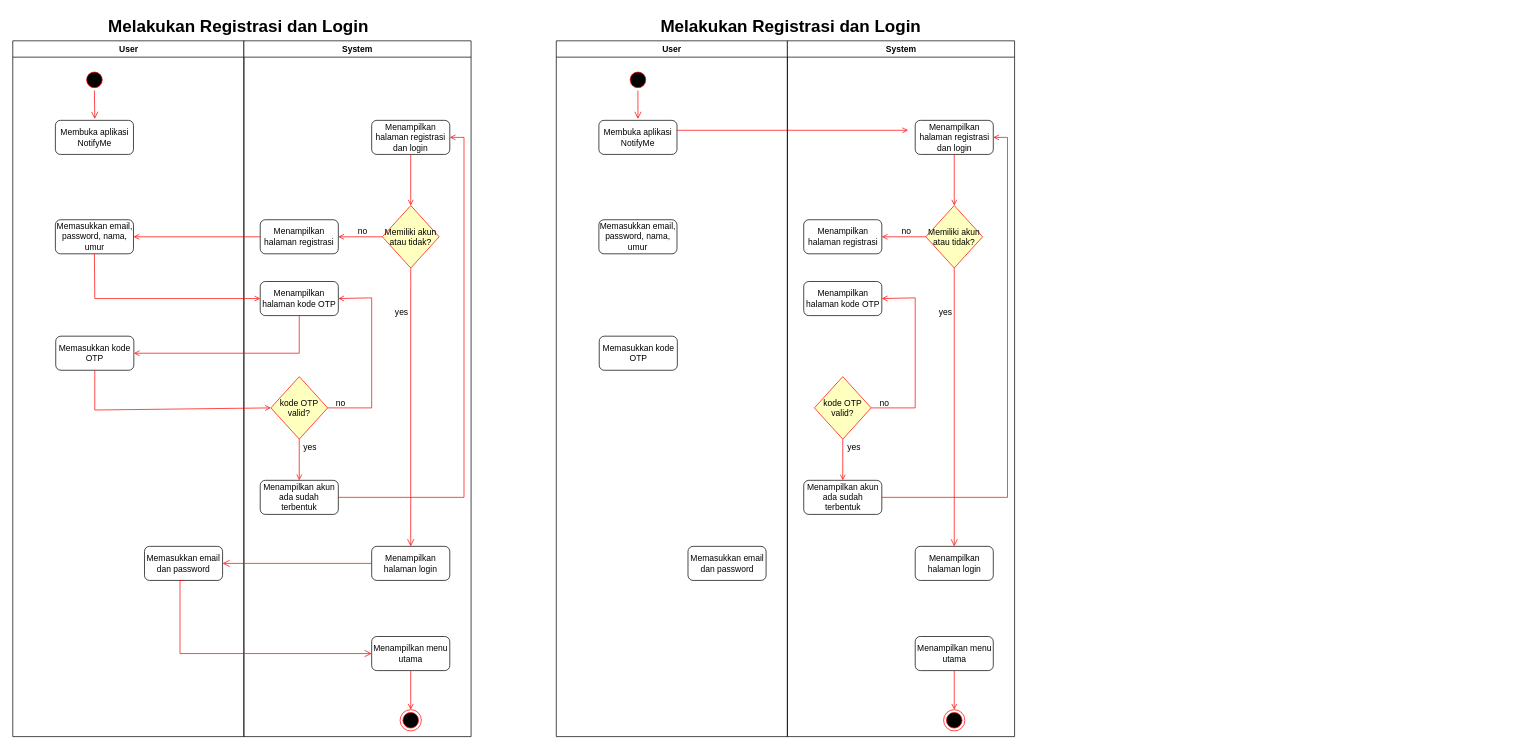
Above: activityDiagram.drawio in NCalvaretta/Lab-Algorithm-and-Programming (draw.io), before the change. Source tidied: cells renumbered, new cells numbered last; positions are measured from the earlier drawing's top-left corner, leaving out a move shared by most shapes. Both pictures are drawn from the tidied source at 71%, with x=0, y=0 at pixel (12, 12).
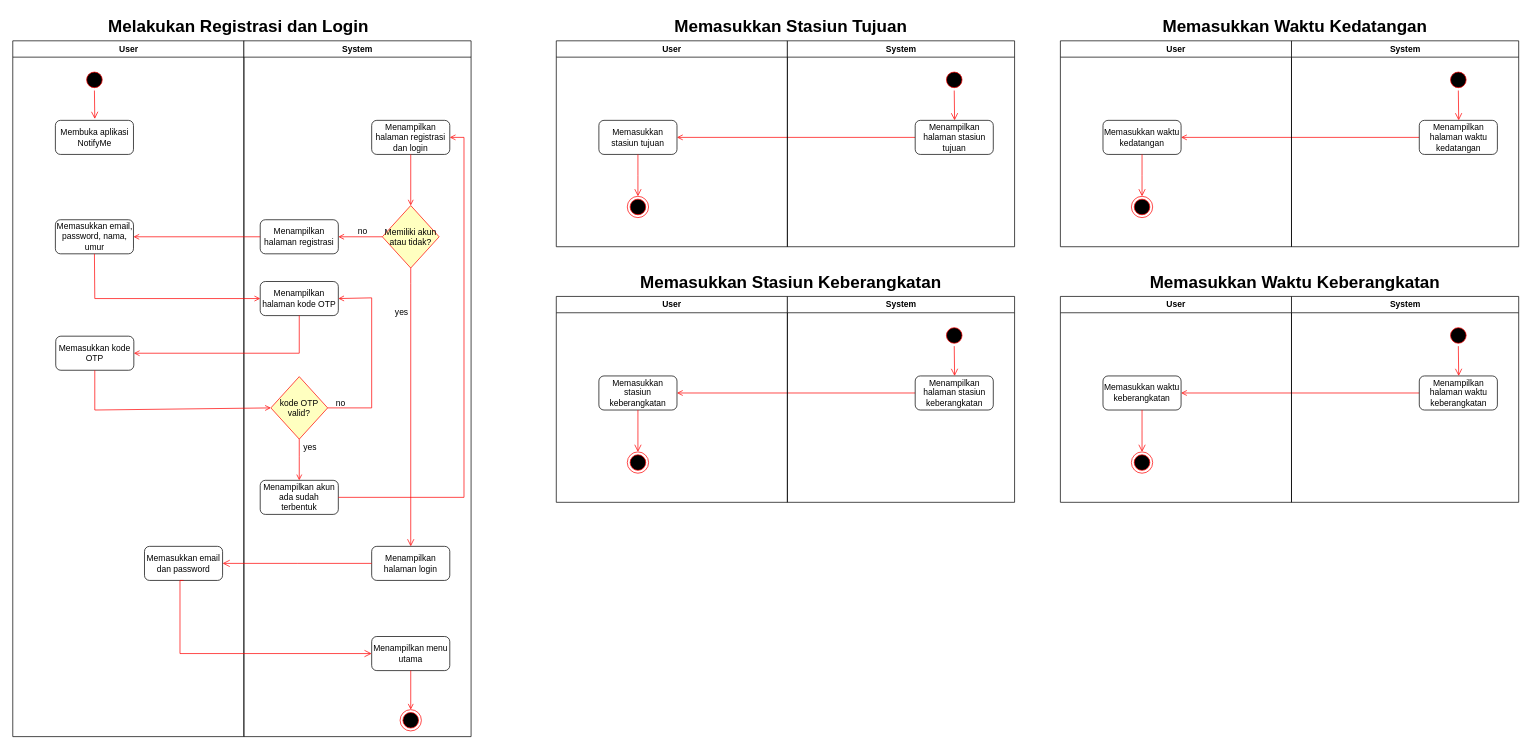
The same diagram, later.

The edit, as a diff of the source:
```diff
@@
-    <mxCell id="30" style="endArrow=open;strokeColor=#FF0000;endFill=1;rounded=0;exitX=1;exitY=0.5;exitDx=0;exitDy=0;entryX=0;entryY=0.5;entryDx=0;entryDy=0;" parent="1" edge="1">
-      <mxGeometry relative="1" as="geometry">
-        <mxPoint x="926" y="166" as="sourcePoint" />
-        <mxPoint x="1261.5" y="166" as="targetPoint" />
-      </mxGeometry>
+    <mxCell id="30" style="endArrow=open;strokeColor=#FF0000;endFill=1;rounded=0;entryX=1;entryY=0.5;entryDx=0;entryDy=0;exitX=0;exitY=0.5;exitDx=0;exitDy=0;" parent="1" edge="1" source="48" target="41">
+      <mxGeometry relative="1" as="geometry" />
     </mxCell>
@@
     <mxCell id="38" value="User" style="swimlane;whiteSpace=wrap;" parent="1" vertex="1">
-      <mxGeometry x="766" y="40" width="325.5" height="980" as="geometry" />
+      <mxGeometry x="766" y="40" width="325.5" height="290" as="geometry" />
     </mxCell>
+    <mxCell id="41" value="Memasukkan stasiun tujuan" style="rounded=1;whiteSpace=wrap;html=1;" parent="38" vertex="1">
+      <mxGeometry x="60" y="112" width="110" height="48" as="geometry" />
+    </mxCell>
+    <mxCell id="63" style="ellipse;shape=endState;fillColor=#000000;strokeColor=#ff0000;" parent="38" vertex="1">
+      <mxGeometry x="100" y="219" width="30" height="30" as="geometry" />
+    </mxCell>
+    <mxCell id="47" style="edgeStyle=elbowEdgeStyle;elbow=horizontal;align=left;verticalAlign=top;endArrow=open;endSize=8;strokeColor=#FF0000;endFill=1;rounded=0;exitX=0.5;exitY=1;exitDx=0;exitDy=0;entryX=0.5;entryY=0;entryDx=0;entryDy=0;" parent="38" edge="1" source="41" target="63">
+      <mxGeometry x="-1" relative="1" as="geometry" />
+    </mxCell>
+    <mxCell id="45" value="System" style="swimlane;whiteSpace=wrap;" parent="1" vertex="1">
+      <mxGeometry x="1091.5" y="40" width="320" height="290" as="geometry" />
+    </mxCell>
+    <mxCell id="48" value="Menampilkan halaman stasiun tujuan" style="rounded=1;whiteSpace=wrap;html=1;" parent="45" vertex="1">
+      <mxGeometry x="180" y="112" width="110" height="48" as="geometry" />
+    </mxCell>
-    <mxCell id="39" style="ellipse;shape=startState;fillColor=#000000;strokeColor=#ff0000;" parent="38" vertex="1">
-      <mxGeometry x="100" y="40" width="30" height="30" as="geometry" />
+    <mxCell id="39" style="ellipse;shape=startState;fillColor=#000000;strokeColor=#ff0000;" parent="45" vertex="1">
+      <mxGeometry x="220" y="40" width="30" height="30" as="geometry" />
     </mxCell>
-    <mxCell id="40" style="edgeStyle=elbowEdgeStyle;elbow=horizontal;verticalAlign=bottom;endArrow=open;endSize=8;strokeColor=#FF0000;endFill=1;rounded=0;" parent="38" edge="1" source="39">
-      <mxGeometry x="100" y="40" as="geometry">
-        <mxPoint x="115.1" y="110" as="targetPoint" />
-      </mxGeometry>
+    <mxCell id="40" style="edgeStyle=elbowEdgeStyle;elbow=horizontal;verticalAlign=bottom;endArrow=open;endSize=8;strokeColor=#FF0000;endFill=1;rounded=0;entryX=0.5;entryY=0;entryDx=0;entryDy=0;exitX=0.5;exitY=1;exitDx=0;exitDy=0;" parent="45" edge="1" source="39" target="48">
+      <mxGeometry x="-225.5" y="40" as="geometry" />
     </mxCell>
-    <mxCell id="41" value="Membuka aplikasi NotifyMe" style="rounded=1;whiteSpace=wrap;html=1;" parent="38" vertex="1">
-      <mxGeometry x="60" y="112" width="110" height="48" as="geometry" />
-    </mxCell>
-    <mxCell id="42" value="Memasukkan email, password, nama, umur" style="rounded=1;whiteSpace=wrap;html=1;" parent="38" vertex="1">
-      <mxGeometry x="60" y="252" width="110" height="48" as="geometry" />
-    </mxCell>
-    <mxCell id="43" value="Memasukkan email dan password" style="rounded=1;whiteSpace=wrap;html=1;" parent="38" vertex="1">
-      <mxGeometry x="185.5" y="712" width="110" height="48" as="geometry" />
-    </mxCell>
-    <mxCell id="44" value="Memasukkan kode OTP" style="rounded=1;whiteSpace=wrap;html=1;" parent="38" vertex="1">
-      <mxGeometry x="60.5" y="416" width="110" height="48" as="geometry" />
-    </mxCell>
-    <mxCell id="45" value="System" style="swimlane;whiteSpace=wrap;" parent="1" vertex="1">
-      <mxGeometry x="1091.5" y="40" width="320" height="980" as="geometry" />
-    </mxCell>
-    <mxCell id="46" value="Memiliki akun&#10;atau tidak?" style="rhombus;fillColor=#ffffc0;strokeColor=#ff0000;" parent="45" vertex="1">
-      <mxGeometry x="195" y="232" width="80" height="88" as="geometry" />
-    </mxCell>
-    <mxCell id="47" style="edgeStyle=elbowEdgeStyle;elbow=horizontal;align=left;verticalAlign=top;endArrow=open;endSize=8;strokeColor=#FF0000;endFill=1;rounded=0;exitX=0.5;exitY=1;exitDx=0;exitDy=0;entryX=0.5;entryY=0;entryDx=0;entryDy=0;" parent="45" edge="1" source="46" target="52">
-      <mxGeometry x="-1" relative="1" as="geometry">
-        <Array as="points">
-          <mxPoint x="235" y="342" />
-        </Array>
-      </mxGeometry>
-    </mxCell>
-    <mxCell id="48" value="Menampilkan halaman registrasi dan login" style="rounded=1;whiteSpace=wrap;html=1;" parent="45" vertex="1">
-      <mxGeometry x="180" y="112" width="110" height="48" as="geometry" />
-    </mxCell>
-    <mxCell id="49" style="endArrow=open;strokeColor=#FF0000;endFill=1;rounded=0;exitX=0.5;exitY=1;exitDx=0;exitDy=0;entryX=0.5;entryY=0;entryDx=0;entryDy=0;" parent="45" edge="1" source="48" target="46">
-      <mxGeometry relative="1" as="geometry" />
-    </mxCell>
-    <mxCell id="50" style="endArrow=open;strokeColor=#FF0000;endFill=1;rounded=0;exitX=0;exitY=0.5;exitDx=0;exitDy=0;entryX=1;entryY=0.5;entryDx=0;entryDy=0;" parent="45" edge="1" source="46" target="51">
-      <mxGeometry relative="1" as="geometry" />
-    </mxCell>
-    <mxCell id="51" value="Menampilkan halaman registrasi" style="rounded=1;whiteSpace=wrap;html=1;" parent="45" vertex="1">
-      <mxGeometry x="23" y="252" width="110" height="48" as="geometry" />
-    </mxCell>
-    <mxCell id="52" value="Menampilkan halaman login" style="rounded=1;whiteSpace=wrap;html=1;" parent="45" vertex="1">
-      <mxGeometry x="180" y="712" width="110" height="48" as="geometry" />
-    </mxCell>
-    <mxCell id="53" value="no" style="text;html=1;strokeColor=none;fillColor=none;align=center;verticalAlign=middle;whiteSpace=wrap;rounded=0;" parent="45" vertex="1">
-      <mxGeometry x="150" y="264" width="35" height="8" as="geometry" />
-    </mxCell>
-    <mxCell id="54" value="yes" style="text;html=1;strokeColor=none;fillColor=none;align=center;verticalAlign=middle;whiteSpace=wrap;rounded=0;" parent="45" vertex="1">
-      <mxGeometry x="205" y="379" width="35" height="8" as="geometry" />
-    </mxCell>
-    <mxCell id="55" value="Menampilkan halaman kode OTP" style="rounded=1;whiteSpace=wrap;html=1;" parent="45" vertex="1">
-      <mxGeometry x="23" y="339" width="110" height="48" as="geometry" />
-    </mxCell>
-    <mxCell id="56" value="kode OTP&#10;valid?" style="rhombus;fillColor=#ffffc0;strokeColor=#ff0000;" parent="45" vertex="1">
-      <mxGeometry x="38" y="473" width="80" height="88" as="geometry" />
-    </mxCell>
-    <mxCell id="57" style="endArrow=open;strokeColor=#FF0000;endFill=1;rounded=0;exitX=1;exitY=0.5;exitDx=0;exitDy=0;entryX=1;entryY=0.5;entryDx=0;entryDy=0;" parent="45" edge="1" source="56" target="55">
-      <mxGeometry relative="1" as="geometry">
-        <Array as="points">
-          <mxPoint x="180" y="517" />
-          <mxPoint x="180" y="362" />
-        </Array>
-      </mxGeometry>
-    </mxCell>
-    <mxCell id="58" value="no" style="text;html=1;strokeColor=none;fillColor=none;align=center;verticalAlign=middle;whiteSpace=wrap;rounded=0;" parent="45" vertex="1">
-      <mxGeometry x="119" y="507" width="35" height="8" as="geometry" />
-    </mxCell>
-    <mxCell id="59" value="yes" style="text;html=1;strokeColor=none;fillColor=none;align=center;verticalAlign=middle;whiteSpace=wrap;rounded=0;" parent="45" vertex="1">
-      <mxGeometry x="76" y="569" width="35" height="8" as="geometry" />
-    </mxCell>
-    <mxCell id="60" value="Menampilkan akun ada sudah terbentuk" style="rounded=1;whiteSpace=wrap;html=1;" parent="45" vertex="1">
-      <mxGeometry x="23" y="619" width="110" height="48" as="geometry" />
-    </mxCell>
-    <mxCell id="61" style="endArrow=open;strokeColor=#FF0000;endFill=1;rounded=0;exitX=0.5;exitY=1;exitDx=0;exitDy=0;entryX=0.5;entryY=0;entryDx=0;entryDy=0;" parent="45" edge="1" source="56" target="60">
-      <mxGeometry relative="1" as="geometry">
-        <Array as="points">
-          <mxPoint x="78" y="585" />
-        </Array>
-      </mxGeometry>
-    </mxCell>
-    <mxCell id="62" style="endArrow=open;strokeColor=#FF0000;endFill=1;rounded=0;exitX=1;exitY=0.5;exitDx=0;exitDy=0;entryX=1;entryY=0.5;entryDx=0;entryDy=0;" parent="45" edge="1" source="60" target="48">
-      <mxGeometry relative="1" as="geometry">
-        <Array as="points">
-          <mxPoint x="310" y="643" />
-          <mxPoint x="310" y="136" />
-        </Array>
-      </mxGeometry>
-    </mxCell>
-    <mxCell id="63" style="ellipse;shape=endState;fillColor=#000000;strokeColor=#ff0000;" parent="45" vertex="1">
-      <mxGeometry x="220" y="942" width="30" height="30" as="geometry" />
-    </mxCell>
-    <mxCell id="64" value="Menampilkan menu utama" style="rounded=1;whiteSpace=wrap;html=1;" parent="45" vertex="1">
-      <mxGeometry x="180" y="839" width="110" height="48" as="geometry" />
-    </mxCell>
-    <mxCell id="65" style="endArrow=open;strokeColor=#FF0000;endFill=1;rounded=0;exitX=0.5;exitY=1;exitDx=0;exitDy=0;entryX=0.5;entryY=0;entryDx=0;entryDy=0;" parent="45" edge="1" source="64" target="63">
-      <mxGeometry relative="1" as="geometry" />
-    </mxCell>
-    <mxCell id="66" value="Melakukan Registrasi dan Login" style="text;strokeColor=none;fillColor=none;html=1;fontSize=24;fontStyle=1;verticalAlign=middle;align=center;" parent="1" vertex="1">
+    <mxCell id="66" value="Memasukkan Stasiun Tujuan" style="text;strokeColor=none;fillColor=none;html=1;fontSize=24;fontStyle=1;verticalAlign=middle;align=center;" parent="1" vertex="1">
       <mxGeometry x="1046" width="100" height="40" as="geometry" />
     </mxCell>
+    <mxCell id="67" style="endArrow=open;strokeColor=#FF0000;endFill=1;rounded=0;entryX=1;entryY=0.5;entryDx=0;entryDy=0;exitX=0;exitY=0.5;exitDx=0;exitDy=0;" parent="1" edge="1" source="73" target="69">
+      <mxGeometry relative="1" as="geometry" />
+    </mxCell>
+    <mxCell id="68" value="User" style="swimlane;whiteSpace=wrap;" parent="1" vertex="1">
+      <mxGeometry x="766" y="400" width="325.5" height="290" as="geometry" />
+    </mxCell>
+    <mxCell id="69" value="Memasukkan stasiun keberangkatan" style="rounded=1;whiteSpace=wrap;html=1;" parent="68" vertex="1">
+      <mxGeometry x="60" y="112" width="110" height="48" as="geometry" />
+    </mxCell>
+    <mxCell id="70" style="ellipse;shape=endState;fillColor=#000000;strokeColor=#ff0000;" parent="68" vertex="1">
+      <mxGeometry x="100" y="219" width="30" height="30" as="geometry" />
+    </mxCell>
+    <mxCell id="71" style="edgeStyle=elbowEdgeStyle;elbow=horizontal;align=left;verticalAlign=top;endArrow=open;endSize=8;strokeColor=#FF0000;endFill=1;rounded=0;exitX=0.5;exitY=1;exitDx=0;exitDy=0;entryX=0.5;entryY=0;entryDx=0;entryDy=0;" parent="68" edge="1" source="69" target="70">
+      <mxGeometry x="-1" relative="1" as="geometry" />
+    </mxCell>
+    <mxCell id="72" value="System" style="swimlane;whiteSpace=wrap;" parent="1" vertex="1">
+      <mxGeometry x="1091.5" y="400" width="320" height="290" as="geometry" />
+    </mxCell>
+    <mxCell id="73" value="Menampilkan halaman stasiun keberangkatan" style="rounded=1;whiteSpace=wrap;html=1;" parent="72" vertex="1">
+      <mxGeometry x="180" y="112" width="110" height="48" as="geometry" />
+    </mxCell>
+    <mxCell id="74" style="ellipse;shape=startState;fillColor=#000000;strokeColor=#ff0000;" parent="72" vertex="1">
+      <mxGeometry x="220" y="40" width="30" height="30" as="geometry" />
+    </mxCell>
+    <mxCell id="75" style="edgeStyle=elbowEdgeStyle;elbow=horizontal;verticalAlign=bottom;endArrow=open;endSize=8;strokeColor=#FF0000;endFill=1;rounded=0;entryX=0.5;entryY=0;entryDx=0;entryDy=0;exitX=0.5;exitY=1;exitDx=0;exitDy=0;" parent="72" edge="1" source="74" target="73">
+      <mxGeometry x="-225.5" y="40" as="geometry" />
+    </mxCell>
+    <mxCell id="76" value="Memasukkan Stasiun Keberangkatan" style="text;strokeColor=none;fillColor=none;html=1;fontSize=24;fontStyle=1;verticalAlign=middle;align=center;" parent="1" vertex="1">
+      <mxGeometry x="1046" y="360" width="100" height="40" as="geometry" />
+    </mxCell>
+    <mxCell id="77" style="endArrow=open;strokeColor=#FF0000;endFill=1;rounded=0;entryX=1;entryY=0.5;entryDx=0;entryDy=0;exitX=0;exitY=0.5;exitDx=0;exitDy=0;" parent="1" edge="1" source="83" target="79">
+      <mxGeometry relative="1" as="geometry" />
+    </mxCell>
+    <mxCell id="78" value="User" style="swimlane;whiteSpace=wrap;" parent="1" vertex="1">
+      <mxGeometry x="1476" y="400" width="325.5" height="290" as="geometry" />
+    </mxCell>
+    <mxCell id="79" value="Memasukkan waktu keberangkatan" style="rounded=1;whiteSpace=wrap;html=1;" parent="78" vertex="1">
+      <mxGeometry x="60" y="112" width="110" height="48" as="geometry" />
+    </mxCell>
+    <mxCell id="80" style="ellipse;shape=endState;fillColor=#000000;strokeColor=#ff0000;" parent="78" vertex="1">
+      <mxGeometry x="100" y="219" width="30" height="30" as="geometry" />
+    </mxCell>
+    <mxCell id="81" style="edgeStyle=elbowEdgeStyle;elbow=horizontal;align=left;verticalAlign=top;endArrow=open;endSize=8;strokeColor=#FF0000;endFill=1;rounded=0;exitX=0.5;exitY=1;exitDx=0;exitDy=0;entryX=0.5;entryY=0;entryDx=0;entryDy=0;" parent="78" edge="1" source="79" target="80">
+      <mxGeometry x="-1" relative="1" as="geometry" />
+    </mxCell>
+    <mxCell id="82" value="System" style="swimlane;whiteSpace=wrap;" parent="1" vertex="1">
+      <mxGeometry x="1801.5" y="400" width="320" height="290" as="geometry" />
+    </mxCell>
+    <mxCell id="83" value="Menampilkan halaman waktu keberangkatan" style="rounded=1;whiteSpace=wrap;html=1;" parent="82" vertex="1">
+      <mxGeometry x="180" y="112" width="110" height="48" as="geometry" />
+    </mxCell>
+    <mxCell id="84" style="ellipse;shape=startState;fillColor=#000000;strokeColor=#ff0000;" parent="82" vertex="1">
+      <mxGeometry x="220" y="40" width="30" height="30" as="geometry" />
+    </mxCell>
+    <mxCell id="85" style="edgeStyle=elbowEdgeStyle;elbow=horizontal;verticalAlign=bottom;endArrow=open;endSize=8;strokeColor=#FF0000;endFill=1;rounded=0;entryX=0.5;entryY=0;entryDx=0;entryDy=0;exitX=0.5;exitY=1;exitDx=0;exitDy=0;" parent="82" edge="1" source="84" target="83">
+      <mxGeometry x="-225.5" y="40" as="geometry" />
+    </mxCell>
+    <mxCell id="86" value="Memasukkan Waktu Keberangkatan" style="text;strokeColor=none;fillColor=none;html=1;fontSize=24;fontStyle=1;verticalAlign=middle;align=center;" parent="1" vertex="1">
+      <mxGeometry x="1756" y="360" width="100" height="40" as="geometry" />
+    </mxCell>
+    <mxCell id="87" style="endArrow=open;strokeColor=#FF0000;endFill=1;rounded=0;entryX=1;entryY=0.5;entryDx=0;entryDy=0;exitX=0;exitY=0.5;exitDx=0;exitDy=0;" parent="1" edge="1" source="93" target="89">
+      <mxGeometry relative="1" as="geometry" />
+    </mxCell>
+    <mxCell id="88" value="User" style="swimlane;whiteSpace=wrap;" parent="1" vertex="1">
+      <mxGeometry x="1476" y="40" width="325.5" height="290" as="geometry" />
+    </mxCell>
+    <mxCell id="89" value="Memasukkan waktu kedatangan" style="rounded=1;whiteSpace=wrap;html=1;" parent="88" vertex="1">
+      <mxGeometry x="60" y="112" width="110" height="48" as="geometry" />
+    </mxCell>
+    <mxCell id="90" style="ellipse;shape=endState;fillColor=#000000;strokeColor=#ff0000;" parent="88" vertex="1">
+      <mxGeometry x="100" y="219" width="30" height="30" as="geometry" />
+    </mxCell>
+    <mxCell id="91" style="edgeStyle=elbowEdgeStyle;elbow=horizontal;align=left;verticalAlign=top;endArrow=open;endSize=8;strokeColor=#FF0000;endFill=1;rounded=0;exitX=0.5;exitY=1;exitDx=0;exitDy=0;entryX=0.5;entryY=0;entryDx=0;entryDy=0;" parent="88" edge="1" source="89" target="90">
+      <mxGeometry x="-1" relative="1" as="geometry" />
+    </mxCell>
+    <mxCell id="92" value="System" style="swimlane;whiteSpace=wrap;" parent="1" vertex="1">
+      <mxGeometry x="1801.5" y="40" width="320" height="290" as="geometry" />
+    </mxCell>
+    <mxCell id="93" value="Menampilkan halaman waktu kedatangan" style="rounded=1;whiteSpace=wrap;html=1;" parent="92" vertex="1">
+      <mxGeometry x="180" y="112" width="110" height="48" as="geometry" />
+    </mxCell>
+    <mxCell id="94" style="ellipse;shape=startState;fillColor=#000000;strokeColor=#ff0000;" parent="92" vertex="1">
+      <mxGeometry x="220" y="40" width="30" height="30" as="geometry" />
+    </mxCell>
+    <mxCell id="95" style="edgeStyle=elbowEdgeStyle;elbow=horizontal;verticalAlign=bottom;endArrow=open;endSize=8;strokeColor=#FF0000;endFill=1;rounded=0;entryX=0.5;entryY=0;entryDx=0;entryDy=0;exitX=0.5;exitY=1;exitDx=0;exitDy=0;" parent="92" edge="1" source="94" target="93">
+      <mxGeometry x="-225.5" y="40" as="geometry" />
+    </mxCell>
+    <mxCell id="96" value="Memasukkan Waktu Kedatangan" style="text;strokeColor=none;fillColor=none;html=1;fontSize=24;fontStyle=1;verticalAlign=middle;align=center;" parent="1" vertex="1">
+      <mxGeometry x="1756" width="100" height="40" as="geometry" />
+    </mxCell>
```
